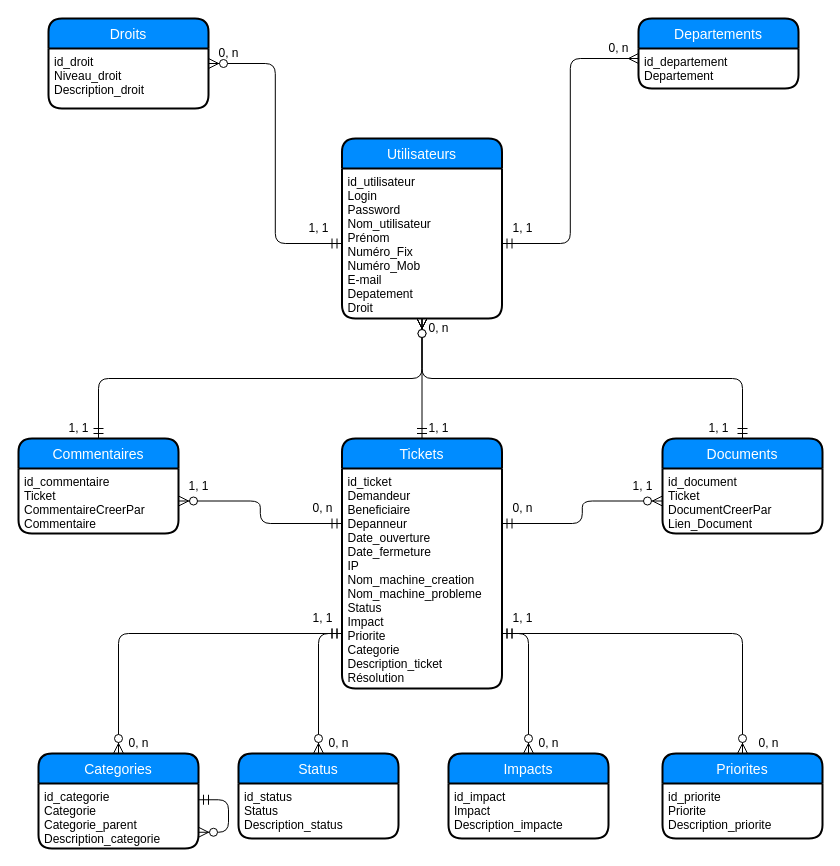
Above: Base de données/MCD_MPTicket.drawio in Hero-Chan/Projet_Ticketing (draw.io), before the change. Source tidied: cells renumbered, new cells numbered last; positions are measured from the earlier drawing's top-left corner, leaving out a move shared by most shapes. Both pictures are drawn from the tidied source at 100%, with x=0, y=0 at pixel (18, 18).
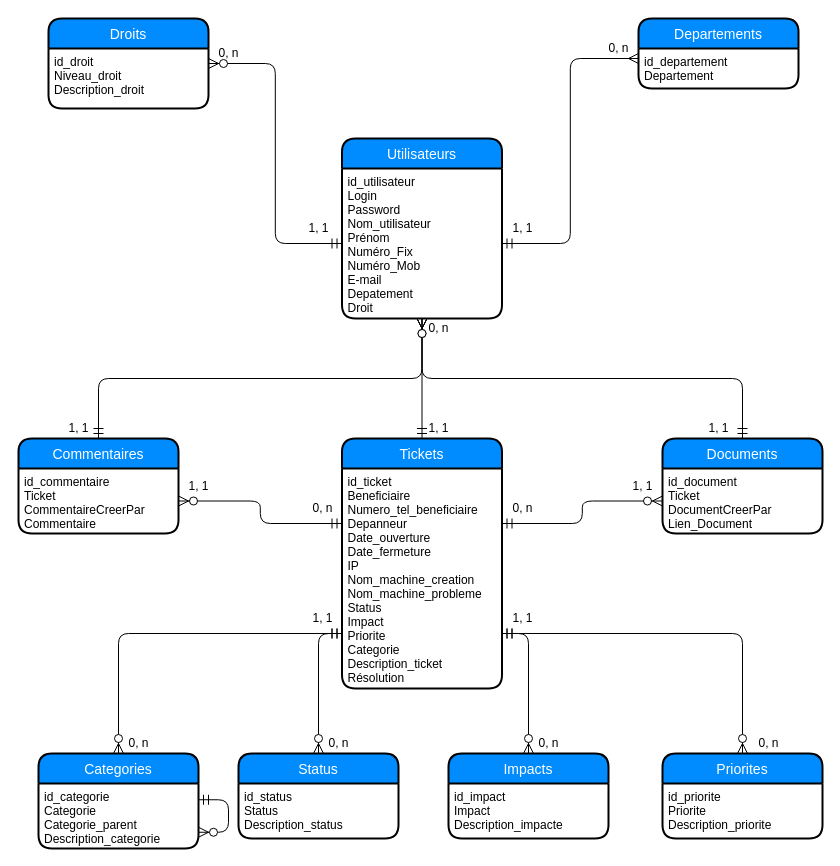
The same page after the edit.

Unchanged cells that the change refers to:
```xml
<mxCell id="15" value="Tickets" style="swimlane;horizontal=1;startSize=30;fillColor=#008cff;fontColor=#FFFFFF;rounded=1;fontSize=14;fontStyle=0;strokeWidth=2;shadow=0;dashed=0;align=center;" parent="1" vertex="1">
  <mxGeometry x="323.5" y="420" width="160" height="250" as="geometry" />
</mxCell>
```

Diff of the diagram source:
```diff
@@
-    <mxCell id="16" value="id_ticket&#10;Demandeur&#10;Beneficiaire&#10;Depanneur&#10;Date_ouverture&#10;Date_fermeture&#10;IP&#10;Nom_machine_creation&#10;Nom_machine_probleme&#10;Status&#10;Impact&#10;Priorite&#10;Categorie&#10;Description_ticket&#10;Résolution" style="align=left;strokeColor=none;fillColor=none;spacingLeft=4;fontSize=12;verticalAlign=top;" parent="15" vertex="1">
+    <mxCell id="16" value="id_ticket&#10;Beneficiaire&#10;Numero_tel_beneficiaire&#10;Depanneur&#10;Date_ouverture&#10;Date_fermeture&#10;IP&#10;Nom_machine_creation&#10;Nom_machine_probleme&#10;Status&#10;Impact&#10;Priorite&#10;Categorie&#10;Description_ticket&#10;Résolution" style="align=left;strokeColor=none;fillColor=none;spacingLeft=4;fontSize=12;verticalAlign=top;" parent="15" vertex="1">
       <mxGeometry y="30" width="160" height="220" as="geometry" />
     </mxCell>
```
